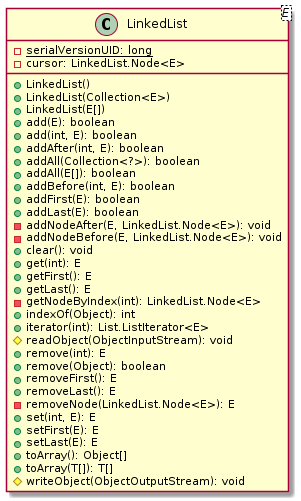
Before: malokhvii-eduard/malokhvii05/doc/plantuml/png/ua.khpi.oop.malokhvii05.common.collect.LinkedList.png, a diagram exported from PlantUML (P-Kalin/kit26a).
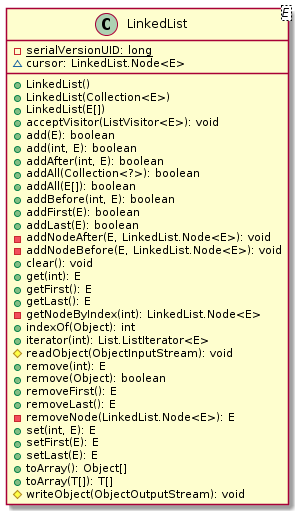
The same file after the commit.

What changed in the source:
```diff
@@ -2,10 +2,11 @@
 
     class LinkedList<E> {
         {static} -serialVersionUID: long
-        -cursor: LinkedList.Node<E>
+        ~cursor: LinkedList.Node<E>
         +LinkedList()
         +LinkedList(Collection<E>)
         +LinkedList(E[])
+        +acceptVisitor(ListVisitor<E>): void
         +add(E): boolean
         +add(int, E): boolean
         +addAfter(int, E): boolean
```
